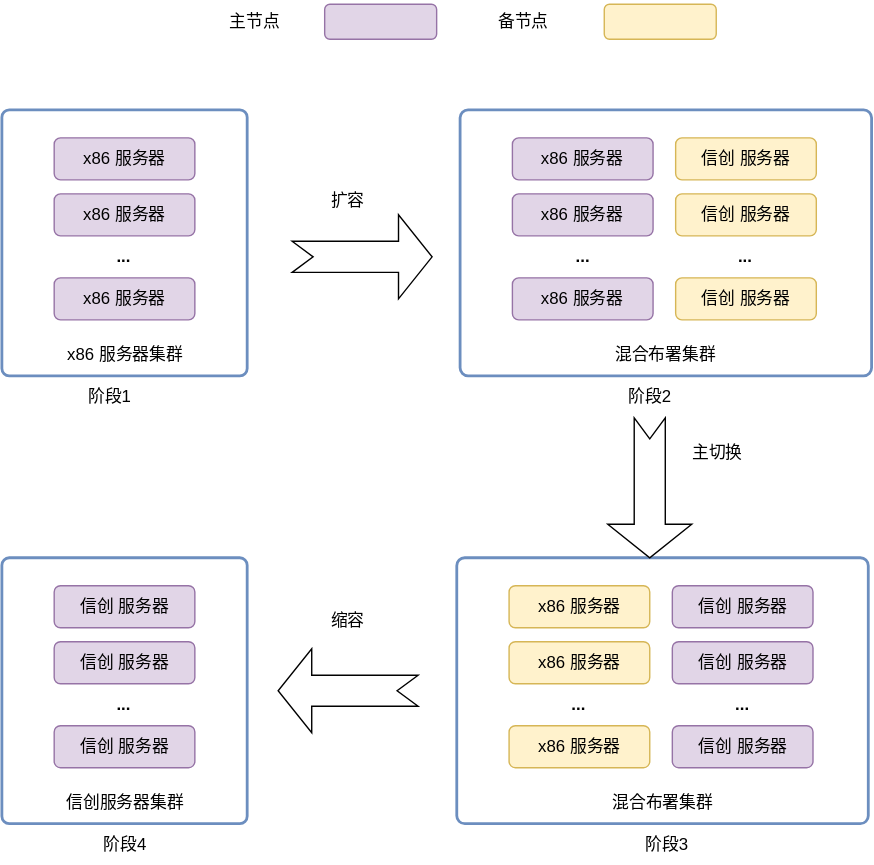
Earlier version of the draw.io export 产品/巨杉数据库影像平台信创改造流程.drawio.svg (SequoiaDB/design_drawio). Source tidied: cells renumbered, new cells last; positions are measured from the earlier drawing's top-left corner, leaving out a move shared by most shapes.
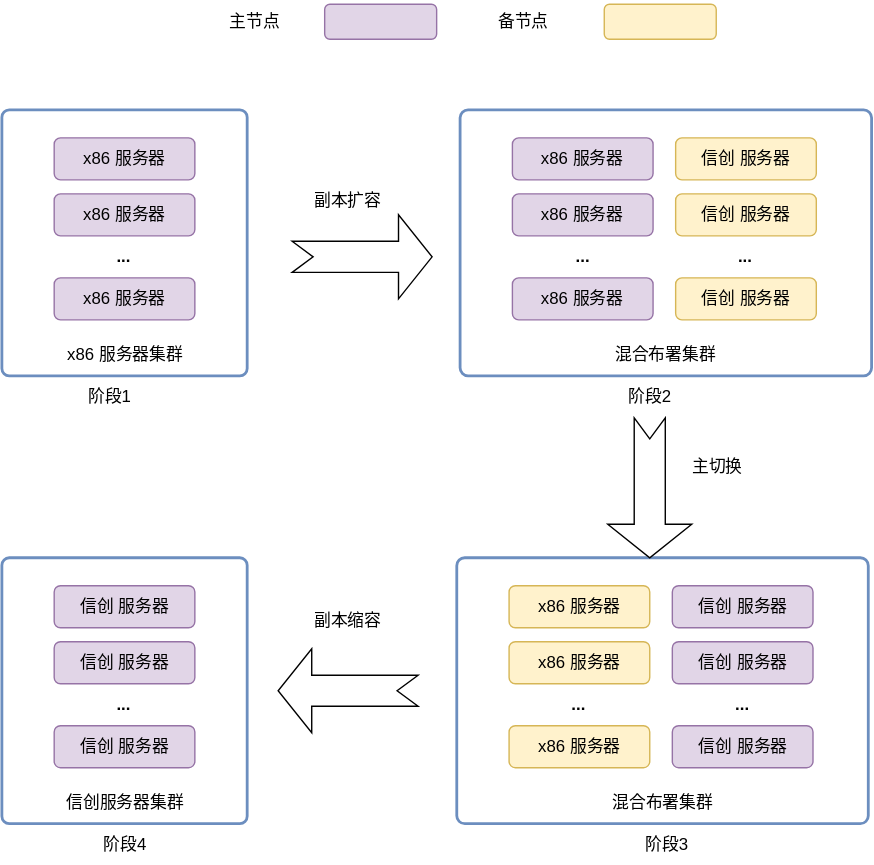
After the change.

Commit message:
更新巨杉数据库影像平台信创改造流程.drawio.svg

Diff of the diagram source:
```diff
@@ -113,19 +113,19 @@
     <mxCell id="38" style="html=1;shadow=0;dashed=0;align=center;verticalAlign=middle;shape=mxgraph.arrows2.arrow;dy=0.63;dx=24;notch=15;" parent="1" vertex="1">
       <mxGeometry x="207" y="153" width="100" height="60" as="geometry" />
     </mxCell>
-    <mxCell id="39" value="扩容" style="text;html=1;align=center;verticalAlign=middle;whiteSpace=wrap;rounded=0;" parent="1" vertex="1">
+    <mxCell id="39" value="副本扩容" style="text;html=1;align=center;verticalAlign=middle;whiteSpace=wrap;rounded=0;" parent="1" vertex="1">
       <mxGeometry x="217" y="128" width="60" height="30" as="geometry" />
     </mxCell>
     <mxCell id="40" style="html=1;shadow=0;dashed=0;align=center;verticalAlign=middle;shape=mxgraph.arrows2.arrow;dy=0.63;dx=24;notch=15;rotation=90;" parent="1" vertex="1">
       <mxGeometry x="412.5" y="318" width="100" height="60" as="geometry" />
     </mxCell>
     <mxCell id="41" value="主切换" style="text;html=1;align=center;verticalAlign=middle;whiteSpace=wrap;rounded=0;" parent="1" vertex="1">
-      <mxGeometry x="481" y="308" width="60" height="30" as="geometry" />
+      <mxGeometry x="481" y="318" width="60" height="30" as="geometry" />
     </mxCell>
     <mxCell id="42" style="html=1;shadow=0;dashed=0;align=center;verticalAlign=middle;shape=mxgraph.arrows2.arrow;dy=0.63;dx=24;notch=15;rotation=-180;" parent="1" vertex="1">
       <mxGeometry x="197" y="463" width="100" height="60" as="geometry" />
     </mxCell>
-    <mxCell id="43" value="缩容" style="text;html=1;align=center;verticalAlign=middle;whiteSpace=wrap;rounded=0;" parent="1" vertex="1">
+    <mxCell id="43" value="副本缩容" style="text;html=1;align=center;verticalAlign=middle;whiteSpace=wrap;rounded=0;" parent="1" vertex="1">
       <mxGeometry x="217" y="428" width="60" height="30" as="geometry" />
     </mxCell>
     <mxCell id="44" value="阶段1" style="text;html=1;align=center;verticalAlign=middle;whiteSpace=wrap;rounded=0;" parent="1" vertex="1">
```
